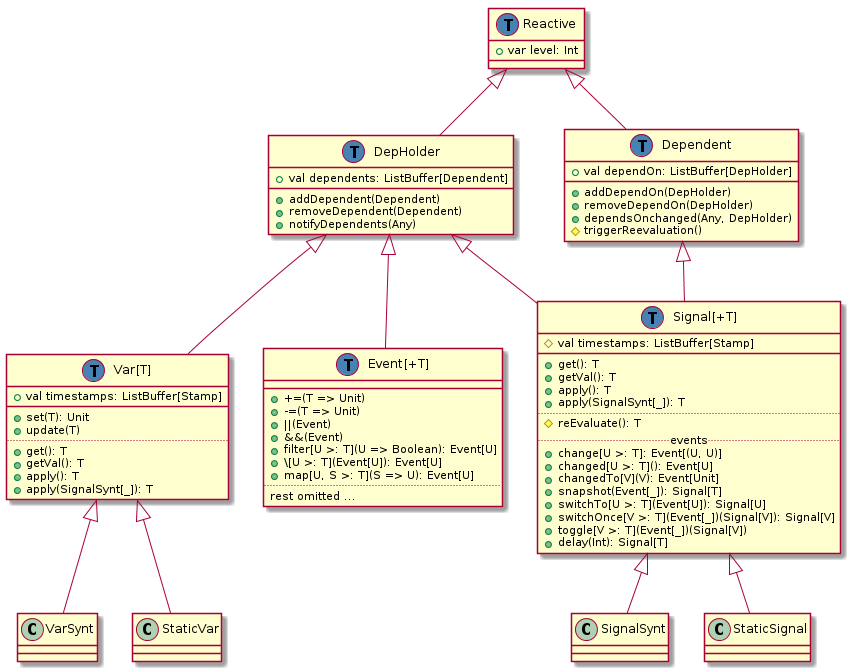
rescala-lang/REScala keeps this PlantUML diagram as doc/class-hierarchy/pre-refactoring-may-14.png. Above is the earlier version.
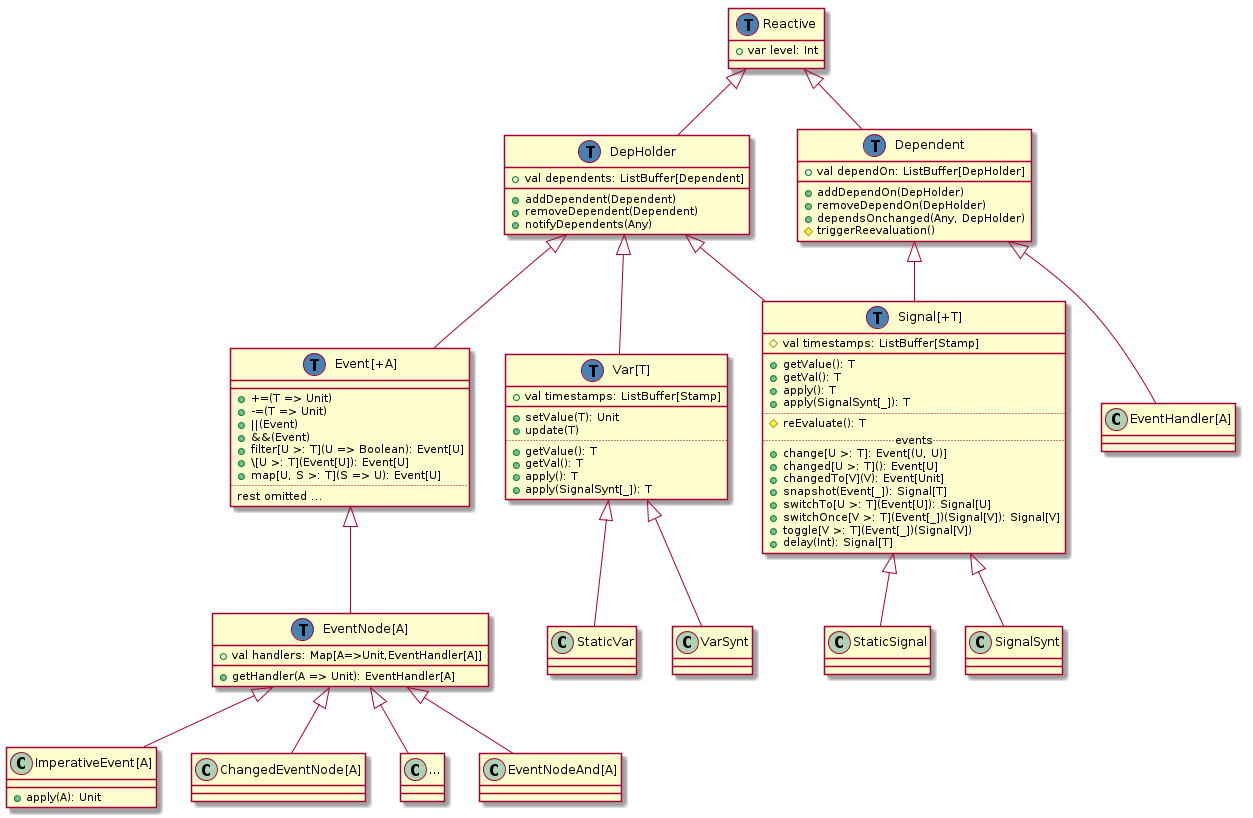
Later version of the same file.

Commit message:
Add Event sub traits and classes to uml

Change to the diagram source:
```diff
@@ -23,10 +23,10 @@
 class "Var[T]" as Var extends DepHolder {
   +val timestamps: ListBuffer[Stamp]
   __
-  +set(T): Unit
+  +setValue(T): Unit
   +update(T)
   ..
-  +get(): T
+  +getValue(): T
   +getVal(): T
   +apply(): T
   +apply(SignalSynt[_]): T
@@ -35,7 +35,7 @@
 class "Signal[+T]" as Signal {
   #val timestamps: ListBuffer[Stamp]
   __
-  +get(): T
+  +getValue(): T
   +getVal(): T
   +apply(): T
   +apply(SignalSynt[_]): T
@@ -55,7 +55,7 @@
 DepHolder <|-- Signal
 Dependent <|-- Signal
 
-class "Event[+T]" as Event extends DepHolder {
+class "Event[+A]" as Event extends DepHolder {
   __
   ++=(T => Unit)
   +-=(T => Unit)
@@ -68,6 +68,29 @@
   rest omitted ...
 }
 
+class "EventHandler[A]" as EventHandler {
+}
+Dependent <|-- EventHandler
+
+class "EventNode[A]" as EventNode {
+  +val handlers: Map[A=>Unit,EventHandler[A]]
+  +getHandler(A => Unit): EventHandler[A]
+}
+Event <|-- EventNode
+
+class "ImperativeEvent[A]" as ImperativeEvent {
+  +apply(A): Unit
+}
+EventNode <|-- ImperativeEvent
+
+class "ChangedEventNode[A]" as ChangedEventNode
+EventNode <|-- ChangedEventNode
+
+class "..." as MiscEvents
+EventNode <|-- MiscEvents
+
+class "EventNodeAnd[A]" as EventNodeAnd
+EventNode <|-- EventNodeAnd
 
 Signal <|-- SignalSynt
 Signal <|-- StaticSignal
@@ -80,4 +103,5 @@
 class Dependent << (T,#4682b4) >>
 class Reactive << (T,#4682b4) >>
 class Event << (T,#4682b4) >>
+class EventNode << (T,#4682b4) >>
 @enduml
```
